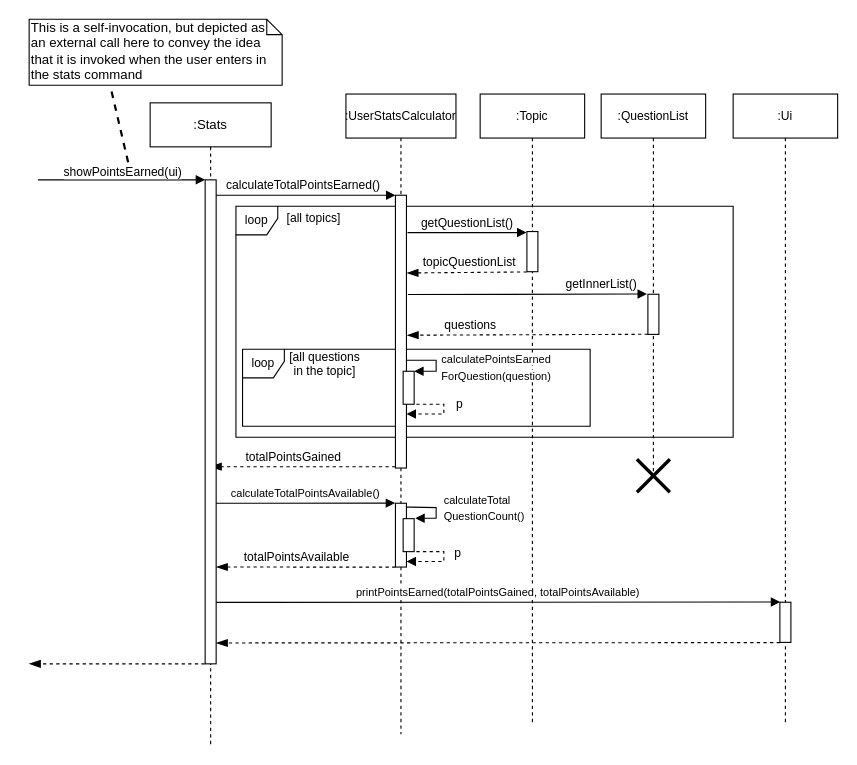
nus-cs2113-AY2021S1/tp keeps this draw.io diagram as docs/diagrams/Stats_showPointsEarned.drawio. Above is the earlier version. Source tidied: cells renumbered, new cells numbered last; positions are measured from the earlier drawing's top-left corner, leaving out a move shared by most shapes. Both pictures are drawn from the tidied source at 110%, with x=0, y=0 at pixel (29, 19).
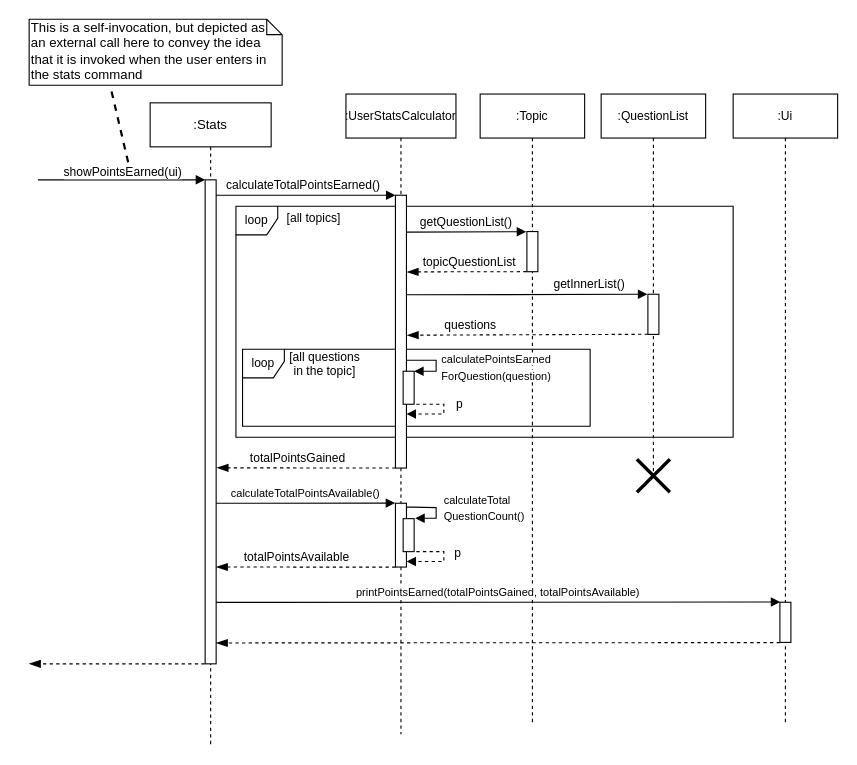
The same page after the edit.

Commit message (it also covers changes not shown here):
Edit DG for stats class and sequence diagram

The change refers to these unchanged cells:
```xml
<mxCell id="4" style="html=1;points=[];perimeter=orthogonalPerimeter;fontSize=11;" parent="3" vertex="1">
  <mxGeometry x="42.5" y="182" width="10" height="36.5" as="geometry" />
</mxCell>
<mxCell id="9" style="html=1;points=[];perimeter=orthogonalPerimeter;fontSize=11;" parent="8" vertex="1">
  <mxGeometry x="45" y="92" width="10" height="248" as="geometry" />
</mxCell>
<mxCell id="15" style="html=1;points=[];perimeter=orthogonalPerimeter;fontSize=11;" parent="14" vertex="1">
  <mxGeometry x="42.5" y="125" width="10" height="36.5" as="geometry" />
</mxCell>
<mxCell id="17" value=":Stats" style="shape=umlLifeline;perimeter=lifelinePerimeter;whiteSpace=wrap;html=1;outlineConnect=0;" parent="1" vertex="1">
  <mxGeometry x="110" y="76" width="110" height="584" as="geometry" />
</mxCell>
<mxCell id="18" style="html=1;points=[];perimeter=orthogonalPerimeter;" parent="17" vertex="1">
  <mxGeometry x="50" y="70" width="10" height="440" as="geometry" />
</mxCell>
```

The edit, as a diff of the source:
```diff
@@
-    <mxCell id="12" value="totalPointsGained" style="html=1;verticalAlign=bottom;endArrow=blockThin;dashed=1;endSize=8;exitX=-0.01;exitY=0.995;fontSize=11;exitDx=0;exitDy=0;exitPerimeter=0;endFill=1;" parent="1" edge="1" source="9" target="17">
+    <mxCell id="12" value="totalPointsGained" style="html=1;verticalAlign=bottom;endArrow=blockThin;dashed=1;endSize=8;exitX=0.003;exitY=1;fontSize=11;exitDx=0;exitDy=0;exitPerimeter=0;endFill=1;entryX=1.065;entryY=0.595;entryDx=0;entryDy=0;entryPerimeter=0;" parent="1" edge="1" source="9" target="18">
       <mxGeometry x="0.1" relative="1" as="geometry" />
     </mxCell>
-    <mxCell id="13" value="topicQuestionList" style="html=1;verticalAlign=bottom;endArrow=blockThin;dashed=1;endSize=8;exitX=-0.01;exitY=1.006;endFill=1;entryX=1.037;entryY=0.285;entryDx=0;entryDy=0;entryPerimeter=0;exitDx=0;exitDy=0;exitPerimeter=0;" parent="1" edge="1" source="15" target="9">
+    <mxCell id="13" value="topicQuestionList" style="html=1;verticalAlign=bottom;endArrow=blockThin;dashed=1;endSize=8;exitX=-0.031;exitY=0.999;endFill=1;entryX=1.046;entryY=0.281;entryDx=0;entryDy=0;entryPerimeter=0;exitDx=0;exitDy=0;exitPerimeter=0;" parent="1" edge="1" source="15" target="9">
       <mxGeometry x="-0.05" relative="1" as="geometry" />
     </mxCell>
@@
-    <mxCell id="22" value="getQuestionList()" style="html=1;verticalAlign=bottom;endArrow=block;fontSize=11;entryX=-0.035;entryY=0.026;entryDx=0;entryDy=0;entryPerimeter=0;" parent="1" edge="1" target="15">
-      <mxGeometry relative="1" as="geometry">
-        <mxPoint x="344" y="194" as="sourcePoint" />
-      </mxGeometry>
+    <mxCell id="22" value="getQuestionList()" style="html=1;verticalAlign=bottom;endArrow=block;fontSize=11;entryX=-0.065;entryY=0.003;entryDx=0;entryDy=0;entryPerimeter=0;exitX=1.019;exitY=0.135;exitDx=0;exitDy=0;exitPerimeter=0;" parent="1" edge="1" source="9" target="15">
+      <mxGeometry relative="1" as="geometry" />
     </mxCell>
-    <mxCell id="23" value="getInnerList()" style="html=1;verticalAlign=bottom;endArrow=block;fontSize=11;exitX=1.133;exitY=0.364;exitDx=0;exitDy=0;exitPerimeter=0;entryX=-0.084;entryY=-0.005;entryDx=0;entryDy=0;entryPerimeter=0;" parent="1" edge="1" source="9" target="4">
-      <mxGeometry x="0.62" relative="1" as="geometry" />
+    <mxCell id="23" value="getInnerList()" style="html=1;verticalAlign=bottom;endArrow=block;fontSize=11;exitX=1.032;exitY=0.365;exitDx=0;exitDy=0;exitPerimeter=0;" parent="1" edge="1" source="9">
+      <mxGeometry x="0.52" relative="1" as="geometry">
+        <mxPoint x="562" y="250" as="targetPoint" />
+      </mxGeometry>
     </mxCell>
```
